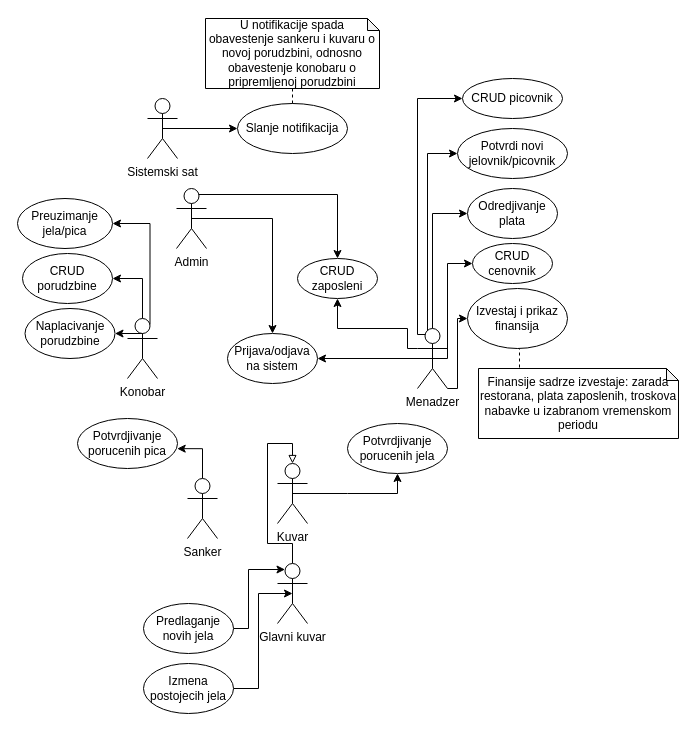
This is uc.drawio from dusanbrkic/kts_nvt_projekat, a draw.io file, before an edit. Source tidied: cells renumbered, new cells numbered last; positions are measured from the earlier drawing's top-left corner, leaving out a move shared by most shapes. Both pictures are drawn from the tidied source at 100%, with x=0, y=0 at pixel (17, 18).
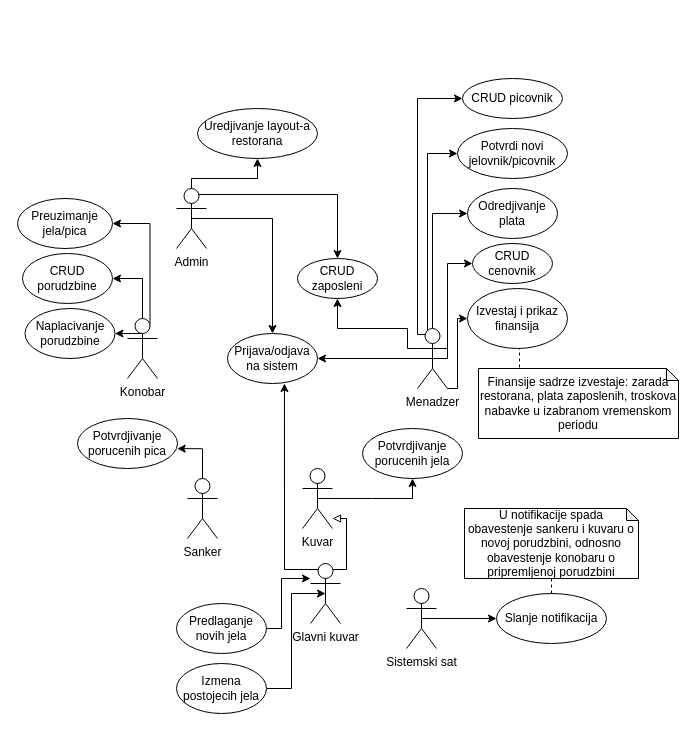
The same page after the edit.

Unchanged cells that the change refers to:
```xml
<mxCell id="4" value="Admin" style="shape=umlActor;verticalLabelPosition=bottom;verticalAlign=top;html=1;outlineConnect=0;" parent="1" vertex="1">
  <mxGeometry x="159" y="170" width="30" height="60" as="geometry" />
</mxCell>
<mxCell id="35" value="Prijava/odjava na sistem" style="ellipse;whiteSpace=wrap;html=1;" parent="1" vertex="1">
  <mxGeometry x="210" y="315" width="90" height="50" as="geometry" />
</mxCell>
```

What changed in the source:
```diff
@@
+    <mxCell id="46" style="edgeStyle=orthogonalEdgeStyle;rounded=0;jettySize=auto;html=1;exitX=0.5;exitY=0;exitDx=0;exitDy=0;exitPerimeter=0;entryX=0.5;entryY=1;entryDx=0;entryDy=0;" parent="1" edge="1" source="4" target="48">
+      <mxGeometry relative="1" as="geometry">
+        <Array as="points">
+          <mxPoint x="174" y="160" />
+          <mxPoint x="240" y="160" />
+        </Array>
+      </mxGeometry>
+    </mxCell>
@@
     <mxCell id="11" style="edgeStyle=orthogonalEdgeStyle;rounded=0;jettySize=auto;html=1;exitX=0.5;exitY=0.5;exitDx=0;exitDy=0;exitPerimeter=0;entryX=0.5;entryY=1;entryDx=0;entryDy=0;" parent="1" edge="1" source="12" target="26">
       <mxGeometry relative="1" as="geometry">
         <Array as="points">
-          <mxPoint x="330" y="475" />
-          <mxPoint x="330" y="475" />
+          <mxPoint x="355" y="480" />
+          <mxPoint x="355" y="480" />
         </Array>
       </mxGeometry>
     </mxCell>
     <mxCell id="12" value="Kuvar" style="shape=umlActor;verticalLabelPosition=bottom;verticalAlign=top;html=1;outlineConnect=0;" parent="1" vertex="1">
-      <mxGeometry x="260" y="445" width="30" height="60" as="geometry" />
+      <mxGeometry x="285" y="450" width="30" height="60" as="geometry" />
     </mxCell>
@@
-    <mxCell id="21" style="edgeStyle=orthogonalEdgeStyle;rounded=0;jettySize=auto;html=1;exitX=0.5;exitY=0;exitDx=0;exitDy=0;exitPerimeter=0;endArrow=block;endFill=0;" parent="1" edge="1" source="22">
+    <mxCell id="21" style="edgeStyle=orthogonalEdgeStyle;rounded=0;jettySize=auto;html=1;endArrow=block;endFill=0;exitX=0.75;exitY=0.1;exitDx=0;exitDy=0;exitPerimeter=0;" parent="1" edge="1" source="22" target="12">
       <mxGeometry relative="1" as="geometry">
-        <mxPoint x="275" y="445" as="targetPoint" />
         <Array as="points">
-          <mxPoint x="275" y="525" />
-          <mxPoint x="250" y="525" />
-          <mxPoint x="250" y="425" />
-          <mxPoint x="275" y="425" />
+          <mxPoint x="329" y="551" />
+          <mxPoint x="329" y="500" />
         </Array>
       </mxGeometry>
     </mxCell>
+    <mxCell id="47" style="edgeStyle=orthogonalEdgeStyle;rounded=0;jettySize=auto;html=1;exitX=0.25;exitY=0.1;exitDx=0;exitDy=0;exitPerimeter=0;entryX=0.633;entryY=1;entryDx=0;entryDy=0;entryPerimeter=0;" parent="1" edge="1" source="22" target="35">
+      <mxGeometry relative="1" as="geometry">
+        <Array as="points">
+          <mxPoint x="267" y="551" />
+        </Array>
+      </mxGeometry>
+    </mxCell>
     <mxCell id="22" value="Glavni kuvar" style="shape=umlActor;verticalLabelPosition=bottom;verticalAlign=top;html=1;outlineConnect=0;" parent="1" vertex="1">
-      <mxGeometry x="260" y="545" width="30" height="60" as="geometry" />
+      <mxGeometry x="293" y="545" width="30" height="60" as="geometry" />
     </mxCell>
@@
     <mxCell id="26" value="Potvrdjivanje porucenih jela" style="ellipse;whiteSpace=wrap;html=1;" parent="1" vertex="1">
-      <mxGeometry x="330" y="405" width="100" height="50" as="geometry" />
+      <mxGeometry x="345" y="410" width="100" height="50" as="geometry" />
     </mxCell>
-    <mxCell id="27" style="edgeStyle=orthogonalEdgeStyle;rounded=0;jettySize=auto;html=1;exitX=1;exitY=0.5;exitDx=0;exitDy=0;entryX=0.25;entryY=0.1;entryDx=0;entryDy=0;entryPerimeter=0;endArrow=classic;endFill=1;" parent="1" edge="1" source="28" target="22">
+    <mxCell id="27" style="edgeStyle=orthogonalEdgeStyle;rounded=0;jettySize=auto;html=1;exitX=1;exitY=0.5;exitDx=0;exitDy=0;endArrow=classic;endFill=1;" parent="1" edge="1" source="28" target="22">
       <mxGeometry relative="1" as="geometry">
         <Array as="points">
-          <mxPoint x="231" y="610" />
-          <mxPoint x="231" y="551" />
+          <mxPoint x="264" y="610" />
+          <mxPoint x="264" y="560" />
         </Array>
       </mxGeometry>
     </mxCell>
     <mxCell id="28" value="Predlaganje novih jela" style="ellipse;whiteSpace=wrap;html=1;" parent="1" vertex="1">
-      <mxGeometry x="126" y="585" width="90" height="50" as="geometry" />
+      <mxGeometry x="159" y="585" width="90" height="50" as="geometry" />
     </mxCell>
     <mxCell id="29" style="edgeStyle=orthogonalEdgeStyle;rounded=0;jettySize=auto;html=1;exitX=1;exitY=0.5;exitDx=0;exitDy=0;endArrow=classic;endFill=1;entryX=0.5;entryY=0.5;entryDx=0;entryDy=0;entryPerimeter=0;" parent="1" edge="1" source="30" target="22">
       <mxGeometry relative="1" as="geometry">
         <Array as="points">
-          <mxPoint x="241" y="670" />
-          <mxPoint x="241" y="575" />
+          <mxPoint x="274" y="670" />
+          <mxPoint x="274" y="575" />
         </Array>
       </mxGeometry>
     </mxCell>
     <mxCell id="30" value="Izmena postojecih jela" style="ellipse;whiteSpace=wrap;html=1;" parent="1" vertex="1">
-      <mxGeometry x="126" y="645" width="90" height="50" as="geometry" />
+      <mxGeometry x="159" y="645" width="90" height="50" as="geometry" />
     </mxCell>
@@
     <mxCell id="42" value="Sistemski sat" style="shape=umlActor;verticalLabelPosition=bottom;verticalAlign=top;html=1;outlineConnect=0;" parent="1" vertex="1">
-      <mxGeometry x="130" y="80" width="30" height="60" as="geometry" />
+      <mxGeometry x="389" y="570" width="30" height="60" as="geometry" />
     </mxCell>
     <mxCell id="43" value="Slanje notifikacija" style="ellipse;whiteSpace=wrap;html=1;" parent="1" vertex="1">
-      <mxGeometry x="220" y="85" width="110" height="50" as="geometry" />
+      <mxGeometry x="479" y="575" width="110" height="50" as="geometry" />
     </mxCell>
     <mxCell id="44" value="U notifikacije spada obavestenje sankeru i kuvaru o novoj porudzbini, odnosno obavestenje konobaru o pripremljenoj porudzbini" style="shape=note;whiteSpace=wrap;html=1;backgroundOutline=1;darkOpacity=0.05;size=12;" parent="1" vertex="1">
-      <mxGeometry x="188" width="174" height="70" as="geometry" />
+      <mxGeometry x="447" y="490" width="174" height="70" as="geometry" />
     </mxCell>
@@
+    <mxCell id="48" value="Uredjivanje layout-a restorana" style="ellipse;whiteSpace=wrap;html=1;" parent="1" vertex="1">
+      <mxGeometry x="180" y="90" width="120" height="50" as="geometry" />
+    </mxCell>
```
